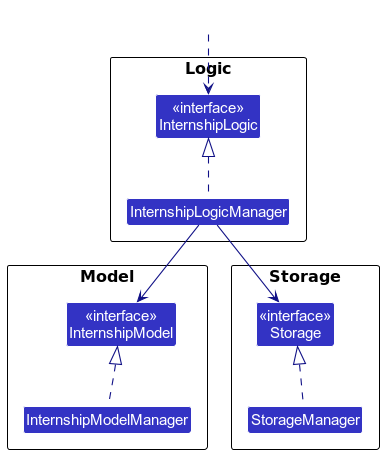
The PlantUML diagram docs/images/ComponentManagers.png in theman-oj10/CareerSync, before a commit. Its diagram source:
```plantuml
@startuml
!include style.puml
skinparam arrowThickness 1.1
skinparam arrowColor LOGIC_COLOR_T4
skinparam classBackgroundColor LOGIC_COLOR

package Logic as LogicPackage {
Class "<<interface>>\nInternshipLogic" as Logic
Class InternshipLogicManager
}

package Model as ModelPackage {
Class "<<interface>>\nInternshipModel" as Model
Class InternshipModelManager
}

package Storage as StoragePackage {
Class "<<interface>>\nStorage" as Storage
Class StorageManager
}

Class HiddenOutside #FFFFFF
HiddenOutside ..> Logic

InternshipLogicManager .up.|> Logic
InternshipModelManager .up.|> Model
StorageManager .up.|> Storage

InternshipLogicManager --> Model
InternshipLogicManager --> Storage
@enduml
```
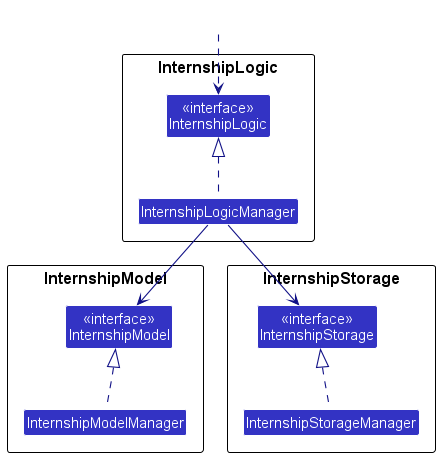
The same file after the commit.

The edit, as a diff of the source:
```diff
@@ -4,28 +4,28 @@
 skinparam arrowColor LOGIC_COLOR_T4
 skinparam classBackgroundColor LOGIC_COLOR
 
-package Logic as LogicPackage {
-Class "<<interface>>\nInternshipLogic" as Logic
+package InternshipLogic as InternshipLogicPackage {
+Class "<<interface>>\nInternshipLogic" as InternshipLogic
 Class InternshipLogicManager
 }
 
-package Model as ModelPackage {
-Class "<<interface>>\nInternshipModel" as Model
+package InternshipModel as InternshipModelPackage {
+Class "<<interface>>\nInternshipModel" as InternshipModel
 Class InternshipModelManager
 }
 
-package Storage as StoragePackage {
-Class "<<interface>>\nStorage" as Storage
-Class StorageManager
+package InternshipStorage as InternshipStoragePackage {
+Class "<<interface>>\nInternshipStorage" as InternshipStorage
+Class InternshipStorageManager
 }
 
 Class HiddenOutside #FFFFFF
-HiddenOutside ..> Logic
+HiddenOutside ..> InternshipLogic
 
-InternshipLogicManager .up.|> Logic
-InternshipModelManager .up.|> Model
-StorageManager .up.|> Storage
+InternshipLogicManager .up.|> InternshipLogic
+InternshipModelManager .up.|> InternshipModel
+InternshipStorageManager .up.|> InternshipStorage
 
-InternshipLogicManager --> Model
-InternshipLogicManager --> Storage
+InternshipLogicManager --> InternshipModel
+InternshipLogicManager --> InternshipStorage
 @enduml
```
